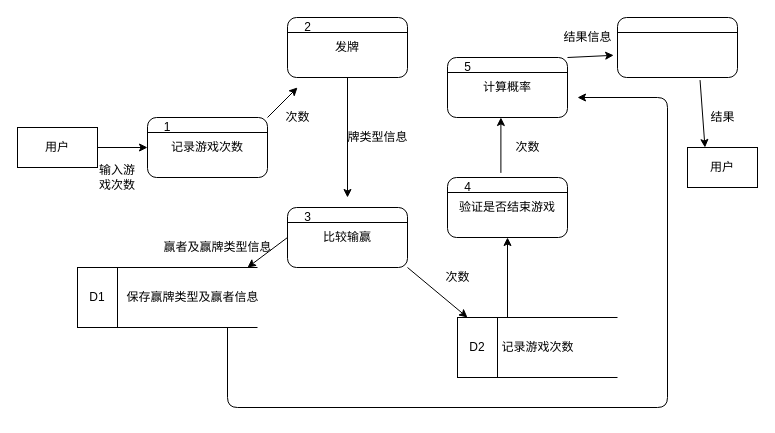
This is page "Page-2" (2 of 2) of Untitled Diagram.drawio from suxder/Software-engineering, a draw.io file, before an edit. Source tidied: cells renumbered, new cells numbered last; positions are measured from the earlier drawing's top-left corner, leaving out a move shared by most shapes. Both pictures are drawn from the tidied source at 100%, with x=0, y=0 at pixel (17, 17).
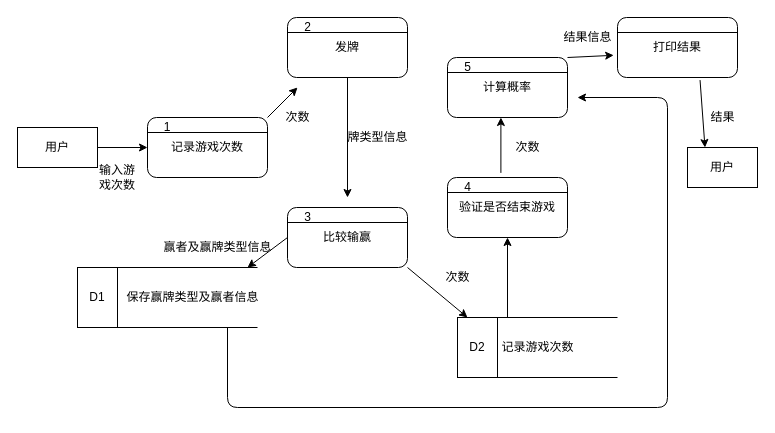
The same diagram, later.

Change to the diagram source:
```diff
@@
-    <mxCell id="11" style="rounded=1;whiteSpace=wrap;html=1;" parent="1" vertex="1">
+    <mxCell id="11" value="打印结果" style="rounded=1;whiteSpace=wrap;html=1;" parent="1" vertex="1">
       <mxGeometry x="600" width="120" height="60" as="geometry" />
     </mxCell>
```
